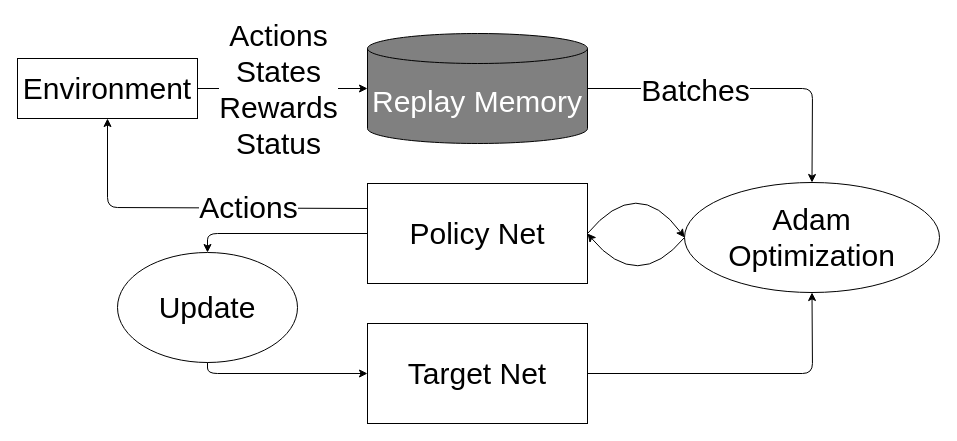
This is page "training" (3 of 4) of assets/arc.drawio from xujiahuayz/auto-gov, a draw.io file, before an edit. Source tidied: cells renumbered, new cells numbered last; positions are measured from the earlier drawing's top-left corner, leaving out a move shared by most shapes. Both pictures are drawn from the tidied source at 100%, with x=0, y=0 at pixel (17, 33).
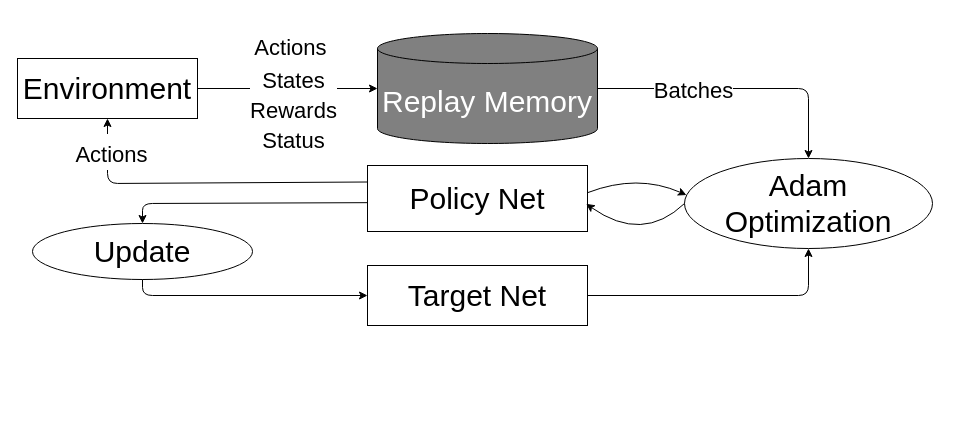
Above is the later version.

Unchanged cells that the change refers to:
```xml
<mxCell id="14" value="Environment" style="rounded=0;whiteSpace=wrap;html=1;labelBackgroundColor=none;strokeColor=#000000;strokeWidth=1;fontSize=30;fontColor=#000000;fillColor=#FFFFFF;" parent="1" vertex="1">
  <mxGeometry y="25" width="180" height="60" as="geometry" />
</mxCell>
<mxCell id="17" style="endArrow=classic;html=1;rounded=1;strokeColor=#000000;strokeWidth=1;fontSize=30;fontColor=#000000;exitX=1;exitY=0.5;exitDx=0;exitDy=0;entryX=0;entryY=0.5;entryDx=0;entryDy=0;entryPerimeter=0;" parent="1" edge="1" source="14" target="2">
  <mxGeometry relative="1" as="geometry" />
</mxCell>
```

Change to the diagram source:
```diff
@@
     <mxCell id="2" value="&lt;font style=&quot;font-size: 30px;&quot; color=&quot;#ffffff&quot;&gt;Replay Memory&lt;/font&gt;" style="shape=cylinder3;whiteSpace=wrap;html=1;boundedLbl=1;backgroundOutline=1;size=15;labelBackgroundColor=none;strokeColor=#000000;strokeWidth=1;fontSize=30;fillColor=#808080;" parent="1" vertex="1">
-      <mxGeometry x="350" width="220" height="110" as="geometry" />
+      <mxGeometry x="360" width="220" height="110" as="geometry" />
     </mxCell>
     <mxCell id="3" value="&lt;font color=&quot;#000000&quot; style=&quot;font-size: 30px;&quot;&gt;Policy Net&lt;/font&gt;" style="rounded=0;whiteSpace=wrap;html=1;labelBackgroundColor=none;strokeColor=#000000;strokeWidth=1;fontSize=30;fontColor=#FFFFFF;fillColor=#FFFFFF;" parent="1" vertex="1">
-      <mxGeometry x="350" y="150" width="220" height="100" as="geometry" />
+      <mxGeometry x="350" y="132" width="220" height="66" as="geometry" />
     </mxCell>
     <mxCell id="4" value="&lt;font color=&quot;#000000&quot; style=&quot;font-size: 30px;&quot;&gt;Target Net&lt;/font&gt;" style="rounded=0;whiteSpace=wrap;html=1;labelBackgroundColor=none;strokeColor=#000000;strokeWidth=1;fontSize=30;fontColor=#FFFFFF;fillColor=#FFFFFF;" parent="1" vertex="1">
-      <mxGeometry x="350" y="290" width="220" height="100" as="geometry" />
+      <mxGeometry x="350" y="232" width="220" height="60" as="geometry" />
     </mxCell>
     <mxCell id="5" value="Adam Optimization" style="ellipse;whiteSpace=wrap;html=1;labelBackgroundColor=none;strokeColor=#000000;strokeWidth=1;fontSize=30;fontColor=#000000;fillColor=#FFFFFF;" parent="1" vertex="1">
-      <mxGeometry x="667" y="149" width="255" height="110" as="geometry" />
+      <mxGeometry x="667" y="125" width="248" height="90" as="geometry" />
     </mxCell>
     <mxCell id="6" value="Update" style="ellipse;whiteSpace=wrap;html=1;labelBackgroundColor=none;strokeColor=#000000;strokeWidth=1;fontSize=30;fontColor=#000000;fillColor=#FFFFFF;" parent="1" vertex="1">
-      <mxGeometry x="100" y="219" width="180" height="110" as="geometry" />
+      <mxGeometry x="15" y="190" width="220" height="56" as="geometry" />
     </mxCell>
     <mxCell id="7" style="endArrow=classic;html=1;rounded=1;strokeColor=#000000;strokeWidth=1;fontSize=30;fontColor=#000000;entryX=0.5;entryY=0;entryDx=0;entryDy=0;exitX=1;exitY=0.5;exitDx=0;exitDy=0;exitPerimeter=0;" parent="1" edge="1" source="2" target="5">
       <mxGeometry relative="1" as="geometry">
         <Array as="points">
-          <mxPoint x="795" y="55" />
+          <mxPoint x="791" y="55" />
         </Array>
       </mxGeometry>
     </mxCell>
-    <mxCell id="8" value="Batches" style="edgeLabel;html=1;align=center;verticalAlign=middle;fontSize=30;fontColor=#000000;" parent="7" vertex="1">
+    <mxCell id="8" value="&lt;font style=&quot;font-size: 22px;&quot;&gt;Batches&lt;/font&gt;" style="edgeLabel;html=1;align=center;verticalAlign=middle;fontSize=30;fontColor=#000000;" parent="7" vertex="1">
       <mxGeometry x="-0.32" y="-1" relative="1" as="geometry">
-        <mxPoint x="-1" as="offset" />
+        <mxPoint x="-1" y="-3" as="offset" />
       </mxGeometry>
     </mxCell>
     <mxCell id="9" style="endArrow=classic;html=1;rounded=1;strokeColor=#000000;strokeWidth=1;fontSize=30;fontColor=#000000;exitX=1;exitY=0.5;exitDx=0;exitDy=0;entryX=0.5;entryY=1;entryDx=0;entryDy=0;" parent="1" edge="1" source="4" target="5">
       <mxGeometry relative="1" as="geometry">
         <Array as="points">
-          <mxPoint x="795" y="340" />
+          <mxPoint x="791" y="262" />
         </Array>
       </mxGeometry>
     </mxCell>
-    <mxCell id="10" style="endArrow=classic;html=1;rounded=1;strokeColor=#000000;strokeWidth=1;fontSize=30;fontColor=#000000;exitX=0;exitY=0.5;exitDx=0;exitDy=0;entryX=0.5;entryY=0;entryDx=0;entryDy=0;" parent="1" edge="1" source="3" target="6">
+    <mxCell id="10" style="endArrow=classic;html=1;rounded=1;strokeColor=#000000;strokeWidth=1;fontSize=30;fontColor=#000000;exitX=0.002;exitY=0.563;exitDx=0;exitDy=0;entryX=0.5;entryY=0;entryDx=0;entryDy=0;exitPerimeter=0;" parent="1" edge="1" source="3" target="6">
       <mxGeometry relative="1" as="geometry">
         <Array as="points">
-          <mxPoint x="190" y="200" />
+          <mxPoint x="125" y="170" />
         </Array>
       </mxGeometry>
     </mxCell>
     <mxCell id="11" style="endArrow=classic;html=1;rounded=1;strokeColor=#000000;strokeWidth=1;fontSize=30;fontColor=#000000;exitX=0.5;exitY=1;exitDx=0;exitDy=0;entryX=0;entryY=0.5;entryDx=0;entryDy=0;" parent="1" edge="1" source="6" target="4">
       <mxGeometry relative="1" as="geometry">
         <Array as="points">
-          <mxPoint x="190" y="340" />
+          <mxPoint x="125" y="262" />
         </Array>
       </mxGeometry>
     </mxCell>
-    <mxCell id="12" style="curved=1;endArrow=classic;html=1;rounded=1;strokeColor=#000000;strokeWidth=1;fontSize=30;fontColor=#000000;exitX=1;exitY=0.5;exitDx=0;exitDy=0;entryX=0;entryY=0.5;entryDx=0;entryDy=0;" parent="1" edge="1" source="3" target="5">
+    <mxCell id="12" style="curved=1;endArrow=classic;html=1;rounded=1;strokeColor=#000000;strokeWidth=1;fontSize=30;fontColor=#000000;exitX=1.002;exitY=0.41;exitDx=0;exitDy=0;entryX=0.008;entryY=0.406;entryDx=0;entryDy=0;entryPerimeter=0;exitPerimeter=0;" parent="1" edge="1" source="3" target="5">
       <mxGeometry relative="1" as="geometry">
         <Array as="points">
           <mxPoint x="620" y="140" />
         </Array>
       </mxGeometry>
     </mxCell>
-    <mxCell id="13" style="curved=1;endArrow=classic;html=1;rounded=1;strokeColor=#000000;strokeWidth=1;fontSize=30;fontColor=#000000;exitX=0;exitY=0.5;exitDx=0;exitDy=0;" parent="1" edge="1" source="5">
+    <mxCell id="13" style="curved=1;endArrow=classic;html=1;rounded=1;strokeColor=#000000;strokeWidth=1;fontSize=30;fontColor=#000000;exitX=0;exitY=0.5;exitDx=0;exitDy=0;entryX=0.994;entryY=0.581;entryDx=0;entryDy=0;entryPerimeter=0;" parent="1" edge="1" source="5" target="3">
       <mxGeometry relative="1" as="geometry">
-        <mxPoint x="570" y="200" as="targetPoint" />
         <Array as="points">
-          <mxPoint x="620" y="260" />
+          <mxPoint x="625" y="210" />
         </Array>
       </mxGeometry>
     </mxCell>
@@
     <mxCell id="15" style="endArrow=classic;html=1;rounded=1;strokeColor=#000000;strokeWidth=1;fontSize=30;fontColor=#000000;exitX=0;exitY=0.25;exitDx=0;exitDy=0;entryX=0.5;entryY=1;entryDx=0;entryDy=0;" parent="1" edge="1" source="3" target="14">
       <mxGeometry relative="1" as="geometry">
         <Array as="points">
-          <mxPoint x="90" y="174" />
+          <mxPoint x="90" y="150" />
         </Array>
       </mxGeometry>
     </mxCell>
-    <mxCell id="16" value="Actions" style="edgeLabel;html=1;align=center;verticalAlign=middle;fontSize=30;fontColor=#000000;" parent="15" vertex="1">
-      <mxGeometry x="-0.31" y="-1" relative="1" as="geometry" />
+    <mxCell id="16" value="&lt;font style=&quot;font-size: 22px;&quot;&gt;Actions&lt;/font&gt;" style="edgeLabel;html=1;align=center;verticalAlign=middle;fontSize=30;fontColor=#000000;" parent="15" vertex="1">
+      <mxGeometry x="-0.31" y="-1" relative="1" as="geometry">
+        <mxPoint x="-144" y="-31" as="offset" />
+      </mxGeometry>
     </mxCell>
@@
-    <mxCell id="18" value="Actions&lt;br style=&quot;font-size: 30px;&quot;&gt;States&lt;br style=&quot;font-size: 30px;&quot;&gt;Rewards&lt;br style=&quot;font-size: 30px;&quot;&gt;Status" style="edgeLabel;html=1;align=center;verticalAlign=middle;fontSize=30;fontColor=#000000;" parent="17" vertex="1">
+    <mxCell id="18" value="&lt;font style=&quot;font-size: 22px; line-height: 80%;&quot;&gt;Actions&amp;nbsp;&lt;/font&gt;&lt;div style=&quot;line-height: 100%;&quot;&gt;&lt;font style=&quot;font-size: 22px; line-height: 80%;&quot;&gt;States&lt;br style=&quot;&quot;&gt;Rewards&lt;br style=&quot;&quot;&gt;Status&lt;/font&gt;&lt;/div&gt;" style="edgeLabel;html=1;align=center;verticalAlign=middle;fontSize=30;fontColor=#000000;horizontal=1;spacing=1;" parent="17" vertex="1">
       <mxGeometry x="-0.17" y="-2" relative="1" as="geometry">
-        <mxPoint x="9" y="-2" as="offset" />
+        <mxPoint x="20" y="-2" as="offset" />
       </mxGeometry>
     </mxCell>
```
